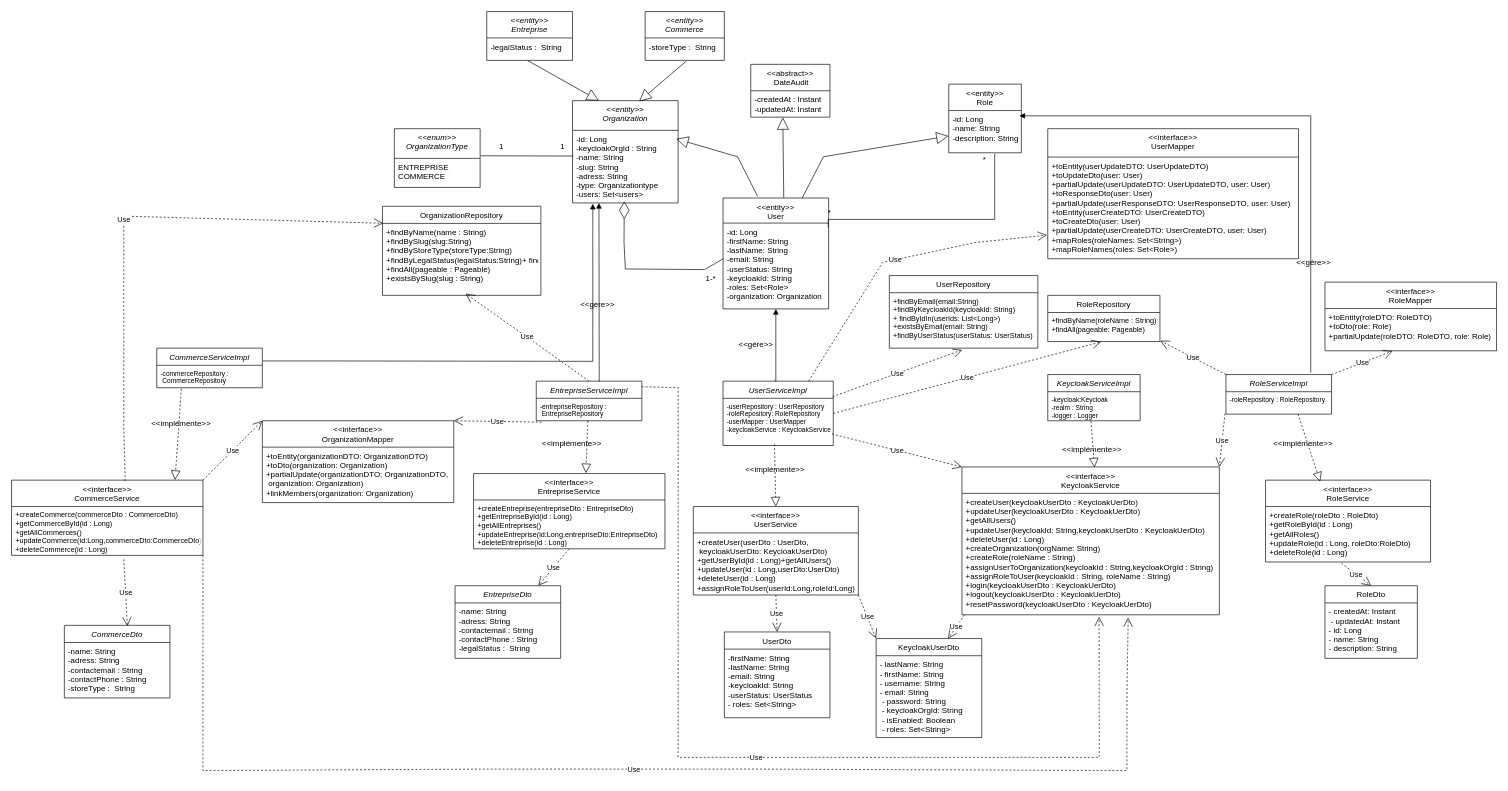
Before: Diagramme_classe_user_service.drawio in msisitr/aventix-design, a draw.io diagram. Source tidied: cells renumbered, new cells numbered last; positions are measured from the earlier drawing's top-left corner, leaving out a move shared by most shapes. Both pictures are drawn from the tidied source at 66%, with x=0, y=0 at pixel (11, 11).
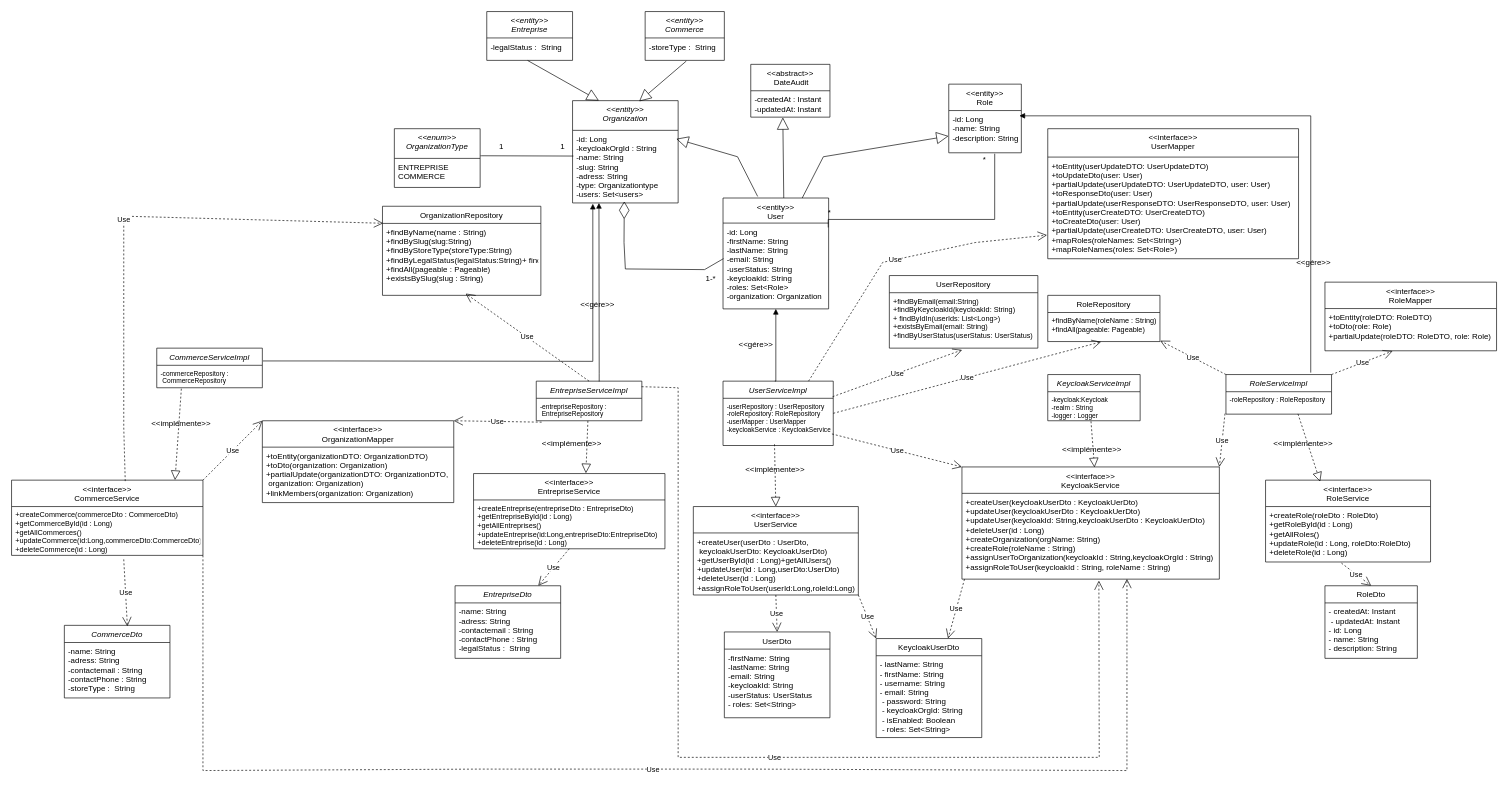
Above is the later version.

Commit message (it also covers changes not shown here):
Mettre à jour Diagramme_classe_user_service.drawio

Unchanged cells that the change refers to:
```xml
<mxCell id="18" value="EntrepriseServiceImpl" style="swimlane;fontStyle=2;align=center;verticalAlign=top;horizontal=1;startSize=26;rounded=0;shadow=0;strokeWidth=1;" parent="1" vertex="1">
  <mxGeometry x="795" y="560" width="160" height="60" as="geometry" />
</mxCell>
<mxCell id="56" value="&lt;&lt;interface&gt;&gt;&#10;CommerceService" style="swimlane;fontStyle=0;align=center;verticalAlign=top;horizontal=1;startSize=40;rounded=0;shadow=0;strokeWidth=1;" parent="1" vertex="1">
  <mxGeometry y="710" width="290" height="114" as="geometry" />
</mxCell>
```

Diff of the diagram source:
```diff
@@
     <mxCell id="30" value="&lt;&lt;interface&gt;&gt;&#10;KeycloakService" style="swimlane;fontStyle=0;align=center;verticalAlign=top;horizontal=1;startSize=40;rounded=0;shadow=0;strokeWidth=1;" parent="1" vertex="1">
-      <mxGeometry x="1440" y="690" width="390" height="224" as="geometry" />
+      <mxGeometry x="1440" y="690" width="390" height="170" as="geometry" />
     </mxCell>
-    <mxCell id="31" value="+createUser(keycloakUserDto : KeycloakUerDto)&#10;+updateUser(keycloakUserDto : KeycloakUerDto)&#10;+getAllUsers()&#10;+updateUser(keycloakId: String,keycloakUserDto : KeycloakUerDto)&#10;+deleteUser(id : Long)&#10;+createOrganization(orgName: String)&#10;+createRole(roleName : String)&#10;+assignUserToOrganization(keycloakId : String,keycloakOrgId : String)&#10;+assignRoleToUser(keycloakId : String, roleName : String)&#10;+login(keycloakUserDto : KeycloakUerDto)&#10;+logout(keycloakUserDto : KeycloakUerDto)&#10;+resetPassword(keycloakUserDto : KeycloakUerDto)&#10;" style="text;align=left;verticalAlign=top;spacingLeft=4;spacingRight=4;overflow=hidden;points=[[0,0.5],[1,0.5]];portConstraint=eastwest;" parent="30" vertex="1">
-      <mxGeometry y="40" width="390" height="184" as="geometry" />
+    <mxCell id="31" value="+createUser(keycloakUserDto : KeycloakUerDto)&#10;+updateUser(keycloakUserDto : KeycloakUerDto)&#10;+updateUser(keycloakId: String,keycloakUserDto : KeycloakUerDto)&#10;+deleteUser(id : Long)&#10;+createOrganization(orgName: String)&#10;+createRole(roleName : String)&#10;+assignUserToOrganization(keycloakId : String,keycloakOrgId : String)&#10;+assignRoleToUser(keycloakId : String, roleName : String)&#10;" style="text;align=left;verticalAlign=top;spacingLeft=4;spacingRight=4;overflow=hidden;points=[[0,0.5],[1,0.5]];portConstraint=eastwest;" parent="30" vertex="1">
+      <mxGeometry y="40" width="390" height="130" as="geometry" />
     </mxCell>
@@
-    <mxCell id="83" value="Use" style="endArrow=open;endSize=12;dashed=1;html=1;rounded=0;exitX=0.998;exitY=0.14;exitDx=0;exitDy=0;entryX=0.533;entryY=1.016;entryDx=0;entryDy=0;entryPerimeter=0;exitPerimeter=0;" parent="1" edge="1" source="18" target="31">
+    <mxCell id="83" value="Use" style="endArrow=open;endSize=12;dashed=1;html=1;rounded=0;exitX=0.998;exitY=0.14;exitDx=0;exitDy=0;exitPerimeter=0;entryX=0.532;entryY=1.017;entryDx=0;entryDy=0;entryPerimeter=0;" parent="1" edge="1" source="18" target="31">
       <mxGeometry relative="1" as="geometry">
         <Array as="points">
           <mxPoint x="1010" y="570" />
           <mxPoint x="1010" y="790" />
           <mxPoint x="1010" y="1130" />
           <mxPoint x="1210" y="1130" />
           <mxPoint x="1430" y="1130" />
           <mxPoint x="1648" y="1130" />
         </Array>
       </mxGeometry>
     </mxCell>
@@
-    <mxCell id="97" value="Use" style="endArrow=open;endSize=12;dashed=1;html=1;rounded=0;entryX=0.646;entryY=1.022;entryDx=0;entryDy=0;entryPerimeter=0;exitX=1;exitY=1;exitDx=0;exitDy=0;" parent="1" edge="1" source="56" target="31">
+    <mxCell id="97" value="Use" style="endArrow=open;endSize=12;dashed=1;html=1;rounded=0;exitX=1;exitY=1;exitDx=0;exitDy=0;entryX=0.641;entryY=0.997;entryDx=0;entryDy=0;entryPerimeter=0;" parent="1" edge="1" source="56" target="31">
       <mxGeometry relative="1" as="geometry">
         <Array as="points">
           <mxPoint x="290" y="1150" />
           <mxPoint x="710" y="1147.8" />
           <mxPoint x="910" y="1147.8" />
           <mxPoint x="1120" y="1147.8" />
           <mxPoint x="1690" y="1150" />
           <mxPoint x="1690" y="1030" />
         </Array>
       </mxGeometry>
     </mxCell>
```
